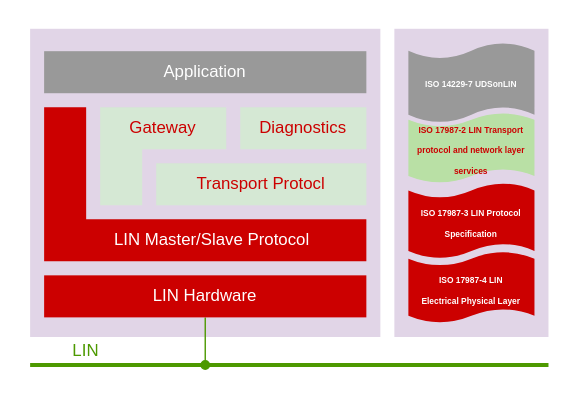
Earlier version of the draw.io export doc/overall_design.svg (CN-CaoJun/python-linbus). Source tidied: cells renumbered, new cells last; positions are measured from the earlier drawing's top-left corner, leaving out a move shared by most shapes.
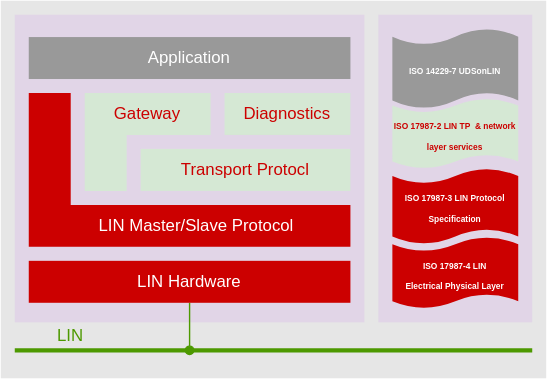
The same diagram one commit later.

Commit message:
[python-linbus][physical-link]update stack picture

Problem:
	None
Solution:
        1.update stack picture

What changed in the source:
```diff
@@ -2,6 +2,9 @@
   <root>
     <mxCell id="0" />
     <mxCell id="1" parent="0" />
+    <mxCell id="19" style="rounded=0;whiteSpace=wrap;html=1;strokeColor=none;fillColor=#E6E6E6;" parent="1" vertex="1">
+      <mxGeometry x="-10" y="-6" width="390" height="270" as="geometry" />
+    </mxCell>
     <mxCell id="2" style="rounded=0;whiteSpace=wrap;html=1;strokeColor=none;fillColor=#E1D5E7;" parent="1" vertex="1">
       <mxGeometry x="260" y="4" width="110" height="220" as="geometry" />
     </mxCell>
@@ -55,7 +58,7 @@
     <mxCell id="17" value="&lt;font style=&quot;font-size: 6px;&quot;&gt;&lt;b style=&quot;&quot;&gt;&lt;font color=&quot;#ffffff&quot; style=&quot;font-size: 6px;&quot;&gt;ISO 14229-7 UDSonLIN&lt;/font&gt;&lt;/b&gt;&lt;/font&gt;" style="shape=tape;whiteSpace=wrap;html=1;strokeColor=none;fontColor=#4D9900;fillColor=#999999;size=0.2;" parent="1" vertex="1">
       <mxGeometry x="270" y="14" width="90" height="57" as="geometry" />
     </mxCell>
-    <mxCell id="18" value="&lt;font color=&quot;#cc0000&quot; style=&quot;font-size: 6px;&quot;&gt;&lt;b&gt;&lt;font style=&quot;font-size: 6px;&quot;&gt;ISO 17987-2 LIN&amp;nbsp;&lt;/font&gt;Transport protocol and network layer&lt;br&gt;services&lt;/b&gt;&lt;/font&gt;" style="shape=tape;whiteSpace=wrap;html=1;strokeColor=none;fontColor=#4D9900;fillColor=#B9E0A5;size=0.2;" parent="1" vertex="1">
+    <mxCell id="18" value="&lt;font color=&quot;#cc0000&quot; style=&quot;font-size: 6px;&quot;&gt;&lt;b&gt;&lt;font style=&quot;font-size: 6px;&quot;&gt;ISO 17987-2 LIN&amp;nbsp;&lt;/font&gt;TP&amp;nbsp; &amp;amp; network layer services&lt;/b&gt;&lt;/font&gt;" style="shape=tape;whiteSpace=wrap;html=1;strokeColor=none;fillColor=#d5e8d4;size=0.2;" parent="1" vertex="1">
       <mxGeometry x="270" y="64" width="90" height="50" as="geometry" />
     </mxCell>
   </root>
```
